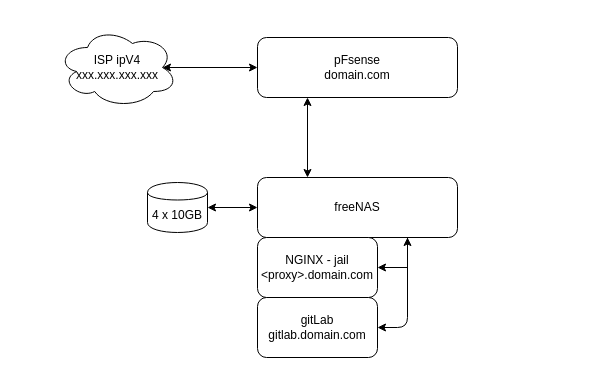
This is docs/images/lls-infrastructure-diagram.drawio from looseleaf/lls-nodejs-test, a draw.io file, before an edit. Source tidied: cells renumbered, new cells numbered last; positions are measured from the earlier drawing's top-left corner, leaving out a move shared by most shapes. Both pictures are drawn from the tidied source at 100%, with x=0, y=0 at pixel (57, 27).
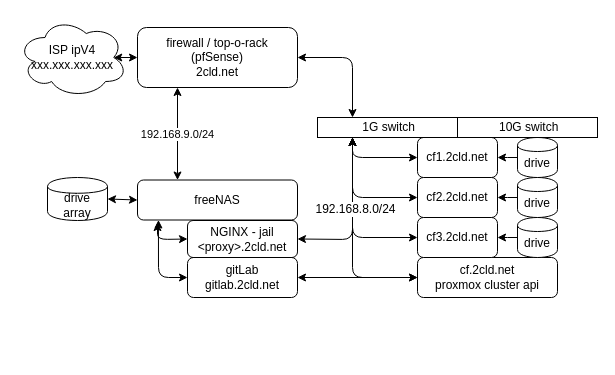
After the change.

Diff of the diagram source:
```diff
@@
+    <mxCell id="13" style="endArrow=classic;startArrow=classic;html=1;entryX=0;entryY=0.5;entryDx=0;entryDy=0;exitX=0.25;exitY=1;exitDx=0;exitDy=0;" parent="1" edge="1" source="29" target="21">
+      <mxGeometry relative="1" as="geometry">
+        <Array as="points">
+          <mxPoint x="295" y="170" />
+        </Array>
+      </mxGeometry>
+    </mxCell>
     <mxCell id="2" value="ISP ipV4&lt;br&gt;xxx.xxx.xxx.xxx&lt;br&gt;" style="ellipse;shape=cloud;whiteSpace=wrap;html=1;" parent="1" vertex="1">
-      <mxGeometry width="120" height="80" as="geometry" />
+      <mxGeometry x="-40" y="-10" width="110" height="80" as="geometry" />
     </mxCell>
-    <mxCell id="3" value="4 x 10GB" style="shape=cylinder;whiteSpace=wrap;html=1;boundedLbl=1;backgroundOutline=1;" parent="1" vertex="1">
-      <mxGeometry x="90" y="155" width="60" height="50" as="geometry" />
+    <mxCell id="3" value="drive&lt;br&gt;array&lt;br&gt;" style="shape=cylinder;whiteSpace=wrap;html=1;boundedLbl=1;backgroundOutline=1;" parent="1" vertex="1">
+      <mxGeometry x="-10" y="150" width="60" height="43" as="geometry" />
     </mxCell>
-    <mxCell id="4" value="pFsense&lt;br&gt;domain.com&lt;br&gt;" style="rounded=1;whiteSpace=wrap;html=1;" parent="1" vertex="1">
-      <mxGeometry x="200" y="10" width="200" height="60" as="geometry" />
+    <mxCell id="4" value="firewall / top-o-rack&lt;br&gt;(pfSense)&lt;br&gt;2cld.net&lt;br&gt;" style="rounded=1;whiteSpace=wrap;html=1;" parent="1" vertex="1">
+      <mxGeometry x="80" width="160" height="60" as="geometry" />
     </mxCell>
@@
-    <mxCell id="6" style="edgeStyle=orthogonalEdgeStyle;rounded=0;jettySize=auto;html=1;exitX=0.75;exitY=1;exitDx=0;exitDy=0;entryX=1;entryY=0.5;entryDx=0;entryDy=0;" parent="1" edge="1" source="7" target="11">
-      <mxGeometry relative="1" as="geometry" />
-    </mxCell>
     <mxCell id="7" value="freeNAS" style="rounded=1;whiteSpace=wrap;html=1;" parent="1" vertex="1">
-      <mxGeometry x="200" y="150" width="200" height="60" as="geometry" />
+      <mxGeometry x="80" y="152.5" width="160" height="40" as="geometry" />
     </mxCell>
@@
-    <mxCell id="9" style="endArrow=classic;startArrow=classic;html=1;entryX=0.25;entryY=1;entryDx=0;entryDy=0;exitX=0.25;exitY=0;exitDx=0;exitDy=0;" parent="1" edge="1" source="7" target="4">
+    <mxCell id="9" value="192.168.9.0/24&lt;br&gt;" style="endArrow=classic;startArrow=classic;html=1;entryX=0.25;entryY=1;entryDx=0;entryDy=0;exitX=0.25;exitY=0;exitDx=0;exitDy=0;" parent="1" edge="1" source="7" target="4">
       <mxGeometry relative="1" as="geometry" />
     </mxCell>
-    <mxCell id="10" value="gitLab&lt;br&gt;gitlab.domain.com&lt;br&gt;" style="rounded=1;whiteSpace=wrap;html=1;" parent="1" vertex="1">
-      <mxGeometry x="200" y="270" width="120" height="60" as="geometry" />
+    <mxCell id="10" value="gitLab&lt;br&gt;gitlab.2cld.net&lt;br&gt;" style="rounded=1;whiteSpace=wrap;html=1;" parent="1" vertex="1">
+      <mxGeometry x="130" y="230" width="110" height="40" as="geometry" />
     </mxCell>
-    <mxCell id="11" value="NGINX - jail&lt;br&gt;&amp;lt;proxy&amp;gt;.domain.com&lt;br&gt;" style="rounded=1;whiteSpace=wrap;html=1;" parent="1" vertex="1">
-      <mxGeometry x="200" y="210" width="120" height="60" as="geometry" />
+    <mxCell id="11" value="NGINX - jail&lt;br&gt;&amp;lt;proxy&amp;gt;.2cld.net&lt;br&gt;" style="rounded=1;whiteSpace=wrap;html=1;" parent="1" vertex="1">
+      <mxGeometry x="130" y="193" width="110" height="37" as="geometry" />
     </mxCell>
-    <mxCell id="12" style="endArrow=classic;startArrow=classic;html=1;entryX=0.75;entryY=1;entryDx=0;entryDy=0;exitX=1;exitY=0.5;exitDx=0;exitDy=0;" parent="1" edge="1" source="10" target="7">
+    <mxCell id="12" style="endArrow=classic;startArrow=classic;html=1;entryX=0.131;entryY=1;entryDx=0;entryDy=0;exitX=0;exitY=0.5;exitDx=0;exitDy=0;entryPerimeter=0;" parent="1" edge="1" source="10" target="7">
       <mxGeometry relative="1" as="geometry">
         <Array as="points">
-          <mxPoint x="350" y="300" />
+          <mxPoint x="101" y="250" />
         </Array>
       </mxGeometry>
     </mxCell>
+    <mxCell id="14" value="cf.2cld.net&lt;br&gt;proxmox cluster api" style="rounded=1;whiteSpace=wrap;html=1;" parent="1" vertex="1">
+      <mxGeometry x="360" y="230" width="140" height="40" as="geometry" />
+    </mxCell>
+    <mxCell id="15" style="endArrow=classic;startArrow=classic;html=1;entryX=0;entryY=0.5;entryDx=0;entryDy=0;exitX=1;exitY=0.5;exitDx=0;exitDy=0;" parent="1" edge="1" source="10" target="14">
+      <mxGeometry relative="1" as="geometry" />
+    </mxCell>
+    <mxCell id="16" style="group;" parent="1" vertex="1">
+      <mxGeometry x="360" y="190" width="140" height="40" as="geometry" />
+    </mxCell>
+    <mxCell id="17" value="cf3.2cld.net" style="rounded=1;whiteSpace=wrap;html=1;" parent="16" vertex="1">
+      <mxGeometry width="80" height="40" as="geometry" />
+    </mxCell>
+    <mxCell id="18" style="edgeStyle=elbowEdgeStyle;rounded=0;jettySize=auto;html=1;" parent="16" edge="1" source="19" target="17">
+      <mxGeometry relative="1" as="geometry" />
+    </mxCell>
+    <mxCell id="19" value="drive" style="shape=cylinder;whiteSpace=wrap;html=1;boundedLbl=1;backgroundOutline=1;" parent="16" vertex="1">
+      <mxGeometry x="100" width="40" height="40" as="geometry" />
+    </mxCell>
+    <mxCell id="20" style="group;" parent="1" vertex="1">
+      <mxGeometry x="360" y="150" width="140" height="40" as="geometry" />
+    </mxCell>
+    <mxCell id="21" value="cf2.2cld.net" style="rounded=1;whiteSpace=wrap;html=1;" parent="20" vertex="1">
+      <mxGeometry width="80" height="40" as="geometry" />
+    </mxCell>
+    <mxCell id="22" style="edgeStyle=elbowEdgeStyle;rounded=0;jettySize=auto;html=1;" parent="20" edge="1" source="23" target="21">
+      <mxGeometry relative="1" as="geometry" />
+    </mxCell>
+    <mxCell id="23" value="drive" style="shape=cylinder;whiteSpace=wrap;html=1;boundedLbl=1;backgroundOutline=1;" parent="20" vertex="1">
+      <mxGeometry x="100" width="40" height="40" as="geometry" />
+    </mxCell>
+    <mxCell id="24" style="group;" parent="1" vertex="1">
+      <mxGeometry x="360" y="110" width="140" height="40" as="geometry" />
+    </mxCell>
+    <mxCell id="25" value="cf1.2cld.net" style="rounded=1;whiteSpace=wrap;html=1;" parent="24" vertex="1">
+      <mxGeometry width="80" height="40" as="geometry" />
+    </mxCell>
+    <mxCell id="26" style="edgeStyle=elbowEdgeStyle;rounded=0;jettySize=auto;html=1;" parent="24" edge="1" source="27" target="25">
+      <mxGeometry relative="1" as="geometry" />
+    </mxCell>
+    <mxCell id="27" value="drive" style="shape=cylinder;whiteSpace=wrap;html=1;boundedLbl=1;backgroundOutline=1;" parent="24" vertex="1">
+      <mxGeometry x="100" width="40" height="40" as="geometry" />
+    </mxCell>
+    <mxCell id="28" style="endArrow=classic;startArrow=classic;html=1;entryX=0;entryY=0.5;entryDx=0;entryDy=0;exitX=0.25;exitY=1;exitDx=0;exitDy=0;" parent="1" edge="1" source="29" target="17">
+      <mxGeometry relative="1" as="geometry">
+        <Array as="points">
+          <mxPoint x="295" y="210" />
+        </Array>
+      </mxGeometry>
+    </mxCell>
+    <mxCell id="29" value="&amp;nbsp;1G switch" style="rounded=0;whiteSpace=wrap;html=1;" parent="1" vertex="1">
+      <mxGeometry x="260" y="90" width="140" height="20" as="geometry" />
+    </mxCell>
+    <mxCell id="30" style="endArrow=classic;startArrow=classic;html=1;exitX=0.25;exitY=1;exitDx=0;exitDy=0;" parent="1" edge="1" source="29">
+      <mxGeometry relative="1" as="geometry">
+        <mxPoint x="360" y="250" as="targetPoint" />
+        <Array as="points">
+          <mxPoint x="295" y="250" />
+        </Array>
+      </mxGeometry>
+    </mxCell>
+    <mxCell id="31" style="endArrow=classic;startArrow=classic;html=1;entryX=1;entryY=0.5;entryDx=0;entryDy=0;exitX=0.25;exitY=1;exitDx=0;exitDy=0;" parent="1" edge="1" source="29" target="11">
+      <mxGeometry relative="1" as="geometry">
+        <Array as="points">
+          <mxPoint x="295" y="212" />
+        </Array>
+      </mxGeometry>
+    </mxCell>
+    <mxCell id="32" value="192.168.8.0/24&lt;br&gt;" style="text;html=1;align=center;verticalAlign=middle;labelBackgroundColor=#ffffff;" parent="31" vertex="1">
+      <mxGeometry x="-0.1" y="2" relative="1" as="geometry" />
+    </mxCell>
+    <mxCell id="33" value="&amp;nbsp;10G switch" style="rounded=0;whiteSpace=wrap;html=1;" parent="1" vertex="1">
+      <mxGeometry x="400" y="90" width="140" height="20" as="geometry" />
+    </mxCell>
+    <mxCell id="34" style="endArrow=classic;startArrow=classic;html=1;entryX=0;entryY=0.5;entryDx=0;entryDy=0;exitX=0.25;exitY=1;exitDx=0;exitDy=0;" parent="1" edge="1" source="29" target="25">
+      <mxGeometry relative="1" as="geometry">
+        <Array as="points">
+          <mxPoint x="295" y="130" />
+        </Array>
+      </mxGeometry>
+    </mxCell>
+    <mxCell id="6" style="endArrow=classic;startArrow=classic;html=1;entryX=0;entryY=0.5;entryDx=0;entryDy=0;exitX=0.125;exitY=1.063;exitDx=0;exitDy=0;exitPerimeter=0;" parent="1" edge="1" source="7" target="11">
+      <mxGeometry relative="1" as="geometry">
+        <Array as="points">
+          <mxPoint x="100" y="212" />
+        </Array>
+      </mxGeometry>
+    </mxCell>
+    <mxCell id="35" style="endArrow=classic;startArrow=classic;html=1;entryX=1;entryY=0.5;entryDx=0;entryDy=0;exitX=0.25;exitY=0;exitDx=0;exitDy=0;" parent="1" edge="1" source="29" target="4">
+      <mxGeometry relative="1" as="geometry">
+        <Array as="points">
+          <mxPoint x="295" y="30" />
+        </Array>
+      </mxGeometry>
+    </mxCell>
```
